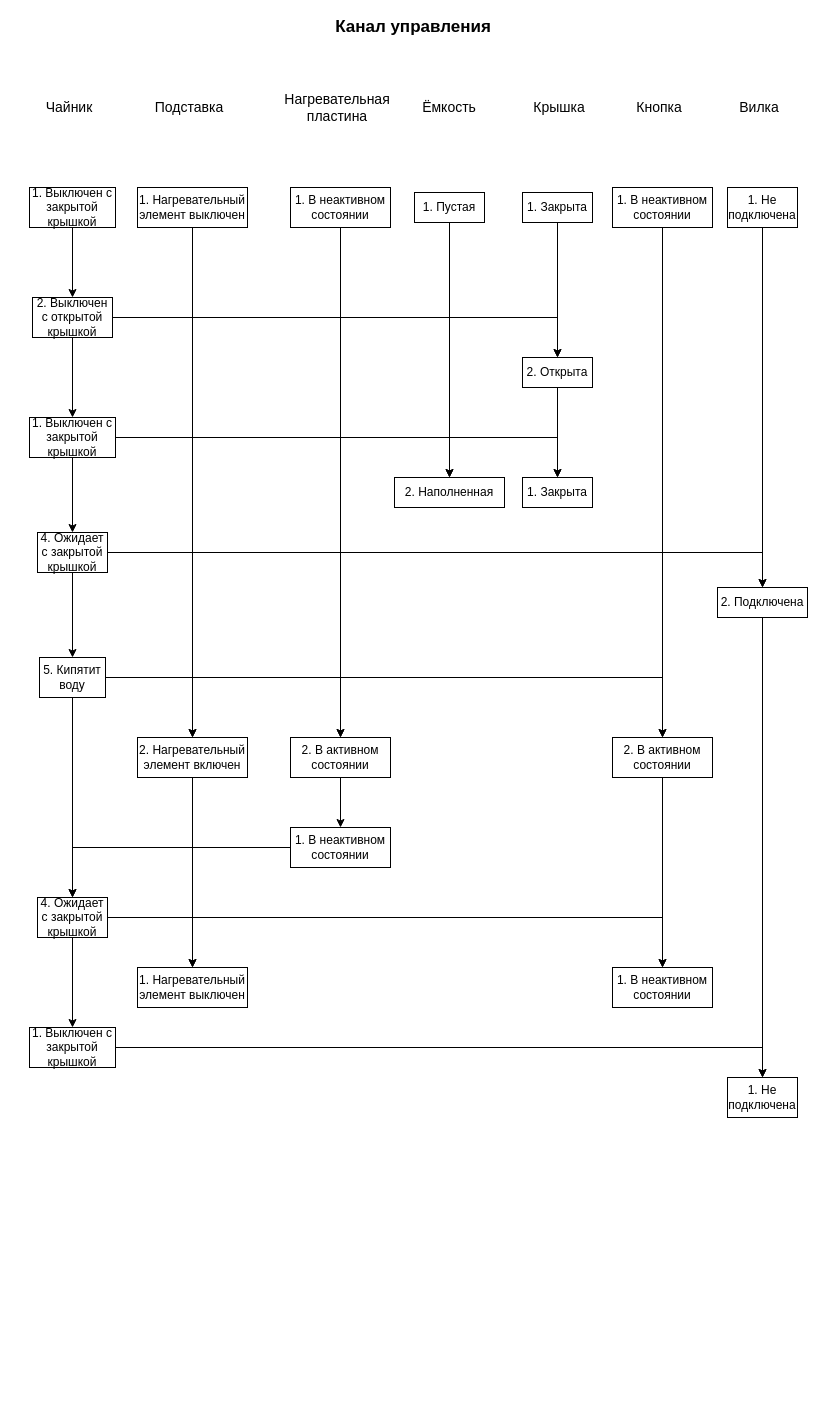
The draw.io diagram page "Канал управления" (4 of 5) of lab_05/lab_05.drawio in ilyasssklimov/BMSTU_OOP, before the edit. Source tidied: cells renumbered, new cells numbered last; positions are measured from the earlier drawing's top-left corner, leaving out a move shared by most shapes. Both pictures are drawn from the tidied source at 100%, with x=0, y=0 at pixel (29, 17).
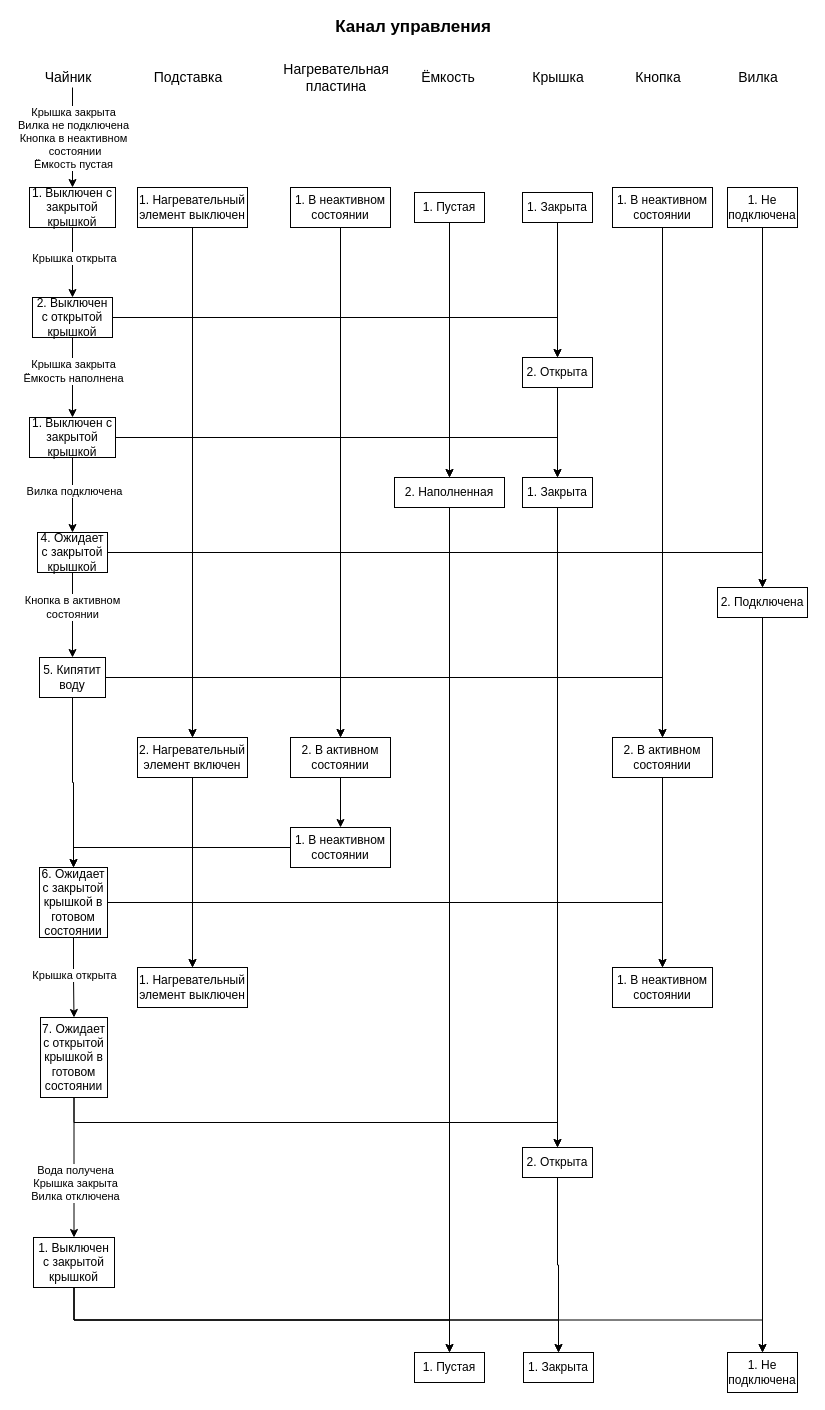
Above is the later version.

Unchanged cells that the change refers to:
```xml
<mxCell id="23" style="edgeStyle=orthogonalEdgeStyle;rounded=0;jettySize=auto;html=1;exitX=0.5;exitY=1;exitDx=0;exitDy=0;entryX=0.5;entryY=0;entryDx=0;entryDy=0;" parent="1" edge="1" source="24" target="27">
  <mxGeometry relative="1" as="geometry" />
</mxCell>
<mxCell id="24" value="1. Выключен с закрытой крышкой" style="rounded=0;whiteSpace=wrap;html=1;" parent="1" vertex="1">
  <mxGeometry y="170" width="86" height="40" as="geometry" />
</mxCell>
<mxCell id="27" value="2. Выключен с открытой крышкой" style="rounded=0;whiteSpace=wrap;html=1;" parent="1" vertex="1">
  <mxGeometry x="3" y="280" width="80" height="40" as="geometry" />
</mxCell>
<mxCell id="33" value="1. Выключен с закрытой крышкой" style="rounded=0;whiteSpace=wrap;html=1;" parent="1" vertex="1">
  <mxGeometry y="400" width="86" height="40" as="geometry" />
</mxCell>
<mxCell id="34" value="1. Закрыта" style="rounded=0;whiteSpace=wrap;html=1;" parent="1" vertex="1">
  <mxGeometry x="493" y="460" width="70" height="30" as="geometry" />
</mxCell>
<mxCell id="36" style="edgeStyle=orthogonalEdgeStyle;rounded=0;jettySize=auto;html=1;exitX=0.5;exitY=1;exitDx=0;exitDy=0;entryX=0.5;entryY=0;entryDx=0;entryDy=0;" parent="1" edge="1" source="37" target="44">
  <mxGeometry relative="1" as="geometry" />
</mxCell>
<mxCell id="37" value="4. Ожидает с закрытой крышкой" style="rounded=0;whiteSpace=wrap;html=1;" parent="1" vertex="1">
  <mxGeometry x="8" y="515" width="70" height="40" as="geometry" />
</mxCell>
<mxCell id="49" value="2. Наполненная" style="rounded=0;whiteSpace=wrap;html=1;" parent="1" vertex="1">
  <mxGeometry x="365" y="460" width="110" height="30" as="geometry" />
</mxCell>
```

Diff of the diagram source:
```diff
@@
     <mxCell id="3" value="&lt;font style=&quot;font-size: 14px&quot;&gt;Чайник&lt;/font&gt;" style="text;html=1;strokeColor=none;fillColor=none;align=center;verticalAlign=middle;whiteSpace=wrap;rounded=0;" parent="1" vertex="1">
-      <mxGeometry x="20" y="80" width="40" height="20" as="geometry" />
+      <mxGeometry x="19" y="50" width="40" height="20" as="geometry" />
     </mxCell>
     <mxCell id="4" value="&lt;font style=&quot;font-size: 14px&quot;&gt;Подставка&lt;/font&gt;" style="text;html=1;strokeColor=none;fillColor=none;align=center;verticalAlign=middle;whiteSpace=wrap;rounded=0;" parent="1" vertex="1">
-      <mxGeometry x="140" y="80" width="40" height="20" as="geometry" />
+      <mxGeometry x="139" y="50" width="40" height="20" as="geometry" />
     </mxCell>
     <mxCell id="5" value="&lt;font style=&quot;font-size: 14px&quot;&gt;Нагревательная пластина&lt;/font&gt;" style="text;html=1;strokeColor=none;fillColor=none;align=center;verticalAlign=middle;whiteSpace=wrap;rounded=0;" parent="1" vertex="1">
-      <mxGeometry x="288" y="80" width="40" height="20" as="geometry" />
+      <mxGeometry x="287" y="50" width="40" height="20" as="geometry" />
     </mxCell>
     <mxCell id="6" value="&lt;font style=&quot;font-size: 14px&quot;&gt;Ёмкость&lt;/font&gt;" style="text;html=1;strokeColor=none;fillColor=none;align=center;verticalAlign=middle;whiteSpace=wrap;rounded=0;" parent="1" vertex="1">
-      <mxGeometry x="400" y="80" width="40" height="20" as="geometry" />
+      <mxGeometry x="399" y="50" width="40" height="20" as="geometry" />
     </mxCell>
     <mxCell id="7" value="&lt;font style=&quot;font-size: 14px&quot;&gt;Крышка&lt;/font&gt;" style="text;html=1;strokeColor=none;fillColor=none;align=center;verticalAlign=middle;whiteSpace=wrap;rounded=0;" parent="1" vertex="1">
-      <mxGeometry x="510" y="80" width="40" height="20" as="geometry" />
+      <mxGeometry x="509" y="50" width="40" height="20" as="geometry" />
     </mxCell>
     <mxCell id="8" value="&lt;font style=&quot;font-size: 14px&quot;&gt;Кнопка&lt;/font&gt;" style="text;html=1;strokeColor=none;fillColor=none;align=center;verticalAlign=middle;whiteSpace=wrap;rounded=0;" parent="1" vertex="1">
-      <mxGeometry x="610" y="80" width="40" height="20" as="geometry" />
+      <mxGeometry x="609" y="50" width="40" height="20" as="geometry" />
     </mxCell>
     <mxCell id="9" value="&lt;font style=&quot;font-size: 14px&quot;&gt;Вилка&lt;/font&gt;" style="text;html=1;strokeColor=none;fillColor=none;align=center;verticalAlign=middle;whiteSpace=wrap;rounded=0;" parent="1" vertex="1">
-      <mxGeometry x="710" y="80" width="40" height="20" as="geometry" />
+      <mxGeometry x="709" y="50" width="40" height="20" as="geometry" />
     </mxCell>
@@
+    <mxCell id="63" value="Крышка открыта" style="edgeLabel;html=1;align=center;verticalAlign=middle;" parent="23" vertex="1">
+      <mxGeometry x="-0.15" y="1" relative="1" as="geometry" />
+    </mxCell>
@@
     <mxCell id="26" style="edgeStyle=orthogonalEdgeStyle;rounded=0;jettySize=auto;html=1;exitX=0.5;exitY=1;exitDx=0;exitDy=0;entryX=0.5;entryY=0;entryDx=0;entryDy=0;" parent="1" edge="1" source="27" target="33">
-      <mxGeometry relative="1" as="geometry" />
+      <mxGeometry relative="1" as="geometry">
+        <Array as="points">
+          <mxPoint x="43" y="360" />
+          <mxPoint x="43" y="360" />
+        </Array>
+      </mxGeometry>
     </mxCell>
+    <mxCell id="64" value="Крышка закрыта&lt;br&gt;Ёмкость наполнена" style="edgeLabel;html=1;align=center;verticalAlign=middle;" parent="26" vertex="1">
+      <mxGeometry x="-0.18" relative="1" as="geometry" />
+    </mxCell>
@@
     <mxCell id="31" style="edgeStyle=orthogonalEdgeStyle;rounded=0;jettySize=auto;html=1;exitX=0.5;exitY=1;exitDx=0;exitDy=0;" parent="1" edge="1" source="33" target="37">
-      <mxGeometry relative="1" as="geometry" />
+      <mxGeometry relative="1" as="geometry">
+        <Array as="points">
+          <mxPoint x="43" y="480" />
+          <mxPoint x="43" y="480" />
+        </Array>
+      </mxGeometry>
     </mxCell>
+    <mxCell id="65" value="Вилка подключена" style="edgeLabel;html=1;align=center;verticalAlign=middle;" parent="31" vertex="1">
+      <mxGeometry x="-0.13" y="1" relative="1" as="geometry" />
+    </mxCell>
@@
+    <mxCell id="66" style="edgeStyle=orthogonalEdgeStyle;rounded=0;jettySize=auto;html=1;exitX=0.5;exitY=1;exitDx=0;exitDy=0;entryX=0.5;entryY=0;entryDx=0;entryDy=0;startArrow=none;startFill=0;" parent="1" edge="1" source="34" target="79">
+      <mxGeometry relative="1" as="geometry" />
+    </mxCell>
@@
+    <mxCell id="67" value="Кнопка в активном &lt;br&gt;состоянии" style="edgeLabel;html=1;align=center;verticalAlign=middle;" parent="36" vertex="1">
+      <mxGeometry x="-0.21" y="-1" relative="1" as="geometry" />
+    </mxCell>
@@
+    <mxCell id="68" style="edgeStyle=orthogonalEdgeStyle;rounded=0;jettySize=auto;html=1;exitX=0.5;exitY=1;exitDx=0;exitDy=0;entryX=0.5;entryY=0;entryDx=0;entryDy=0;startArrow=none;startFill=0;" parent="1" edge="1" source="49" target="80">
+      <mxGeometry relative="1" as="geometry" />
+    </mxCell>
@@
-    <mxCell id="56" style="edgeStyle=orthogonalEdgeStyle;rounded=0;jettySize=auto;html=1;exitX=0.5;exitY=1;exitDx=0;exitDy=0;" parent="1" edge="1" source="57" target="61">
+    <mxCell id="56" style="edgeStyle=orthogonalEdgeStyle;rounded=0;jettySize=auto;html=1;exitX=0.5;exitY=1;exitDx=0;exitDy=0;" parent="1" edge="1" source="57" target="75">
       <mxGeometry relative="1" as="geometry" />
     </mxCell>
+    <mxCell id="69" value="Крышка открыта" style="edgeLabel;html=1;align=center;verticalAlign=middle;" parent="56" vertex="1">
+      <mxGeometry x="-0.07" relative="1" as="geometry" />
+    </mxCell>
-    <mxCell id="57" value="4. Ожидает с закрытой крышкой" style="rounded=0;whiteSpace=wrap;html=1;" parent="1" vertex="1">
-      <mxGeometry x="8" y="880" width="70" height="40" as="geometry" />
+    <mxCell id="57" value="6. Ожидает с закрытой крышкой в готовом состоянии" style="rounded=0;whiteSpace=wrap;html=1;" parent="1" vertex="1">
+      <mxGeometry x="10" y="850" width="68" height="70" as="geometry" />
     </mxCell>
@@
+    <mxCell id="70" style="edgeStyle=orthogonalEdgeStyle;rounded=0;jettySize=auto;html=1;exitX=1;exitY=0.5;exitDx=0;exitDy=0;entryX=0.5;entryY=0;entryDx=0;entryDy=0;startArrow=none;startFill=0;" parent="1" edge="1" source="61" target="80">
+      <mxGeometry relative="1" as="geometry" />
+    </mxCell>
-    <mxCell id="60" style="edgeStyle=orthogonalEdgeStyle;rounded=0;jettySize=auto;html=1;exitX=1;exitY=0.5;exitDx=0;exitDy=0;entryX=0.5;entryY=0;entryDx=0;entryDy=0;" parent="1" edge="1" source="61" target="62">
+    <mxCell id="60" style="edgeStyle=orthogonalEdgeStyle;rounded=0;jettySize=auto;html=1;exitX=1;exitY=0.5;exitDx=0;exitDy=0;entryX=0.5;entryY=0;entryDx=0;entryDy=0;startArrow=none;startFill=0;" parent="1" edge="1" source="61" target="62">
       <mxGeometry relative="1" as="geometry" />
     </mxCell>
+    <mxCell id="71" style="edgeStyle=orthogonalEdgeStyle;rounded=0;jettySize=auto;html=1;exitX=1;exitY=0.5;exitDx=0;exitDy=0;entryX=0.5;entryY=0;entryDx=0;entryDy=0;startArrow=none;startFill=0;" parent="1" edge="1" source="61" target="81">
+      <mxGeometry relative="1" as="geometry" />
+    </mxCell>
-    <mxCell id="61" value="1. Выключен с закрытой крышкой" style="rounded=0;whiteSpace=wrap;html=1;" parent="1" vertex="1">
-      <mxGeometry y="1010" width="86" height="40" as="geometry" />
+    <mxCell id="61" value="1. Выключен с закрытой крышкой" style="rounded=0;whiteSpace=wrap;html=1;direction=south;" parent="1" vertex="1">
+      <mxGeometry x="4" y="1220" width="81" height="50" as="geometry" />
     </mxCell>
     <mxCell id="62" value="1. Не подключена" style="rounded=0;whiteSpace=wrap;html=1;" parent="1" vertex="1">
-      <mxGeometry x="698" y="1060" width="70" height="40" as="geometry" />
+      <mxGeometry x="698" y="1335" width="70" height="40" as="geometry" />
     </mxCell>
+    <mxCell id="72" style="endArrow=classic;html=1;entryX=0.5;entryY=0;entryDx=0;entryDy=0;" parent="1" edge="1" target="24">
+      <mxGeometry relative="1" as="geometry">
+        <mxPoint x="43" y="70" as="sourcePoint" />
+      </mxGeometry>
+    </mxCell>
+    <mxCell id="73" value="Крышка закрыта&lt;br&gt;Вилка не подключена&lt;br&gt;Кнопка в неактивном&lt;br&gt;&amp;nbsp;состоянии&lt;br&gt;Ёмкость пустая" style="edgeLabel;html=1;align=center;verticalAlign=middle;" parent="72" vertex="1">
+      <mxGeometry relative="1" as="geometry" />
+    </mxCell>
+    <mxCell id="74" style="edgeStyle=orthogonalEdgeStyle;rounded=0;jettySize=auto;html=1;exitX=0.5;exitY=1;exitDx=0;exitDy=0;entryX=0.5;entryY=0;entryDx=0;entryDy=0;startArrow=none;startFill=0;" parent="1" edge="1" source="75" target="79">
+      <mxGeometry relative="1" as="geometry" />
+    </mxCell>
+    <mxCell id="75" value="&lt;span&gt;7. Ожидает с открытой крышкой в готовом состоянии&lt;/span&gt;" style="rounded=0;whiteSpace=wrap;html=1;" parent="1" vertex="1">
+      <mxGeometry x="11" y="1000" width="67" height="80" as="geometry" />
+    </mxCell>
+    <mxCell id="76" style="endArrow=classic;html=1;exitX=0.5;exitY=1;exitDx=0;exitDy=0;entryX=0;entryY=0.5;entryDx=0;entryDy=0;" parent="1" edge="1" source="75" target="61">
+      <mxGeometry relative="1" as="geometry" />
+    </mxCell>
+    <mxCell id="77" value="Вода получена&lt;br&gt;Крышка закрыта&lt;br&gt;Вилка отключена" style="edgeLabel;html=1;align=center;verticalAlign=middle;" parent="76" vertex="1">
+      <mxGeometry x="0.21" y="1" relative="1" as="geometry" />
+    </mxCell>
+    <mxCell id="78" style="edgeStyle=orthogonalEdgeStyle;rounded=0;jettySize=auto;html=1;exitX=0.5;exitY=1;exitDx=0;exitDy=0;entryX=0.5;entryY=0;entryDx=0;entryDy=0;startArrow=none;startFill=0;" parent="1" edge="1" source="79" target="81">
+      <mxGeometry relative="1" as="geometry" />
+    </mxCell>
+    <mxCell id="79" value="2. Открыта" style="rounded=0;whiteSpace=wrap;html=1;" parent="1" vertex="1">
+      <mxGeometry x="493" y="1130" width="70" height="30" as="geometry" />
+    </mxCell>
+    <mxCell id="80" value="1. Пустая" style="rounded=0;whiteSpace=wrap;html=1;" parent="1" vertex="1">
+      <mxGeometry x="385" y="1335" width="70" height="30" as="geometry" />
+    </mxCell>
+    <mxCell id="81" value="1. Закрыта" style="rounded=0;whiteSpace=wrap;html=1;" parent="1" vertex="1">
+      <mxGeometry x="494" y="1335" width="70" height="30" as="geometry" />
+    </mxCell>
```
